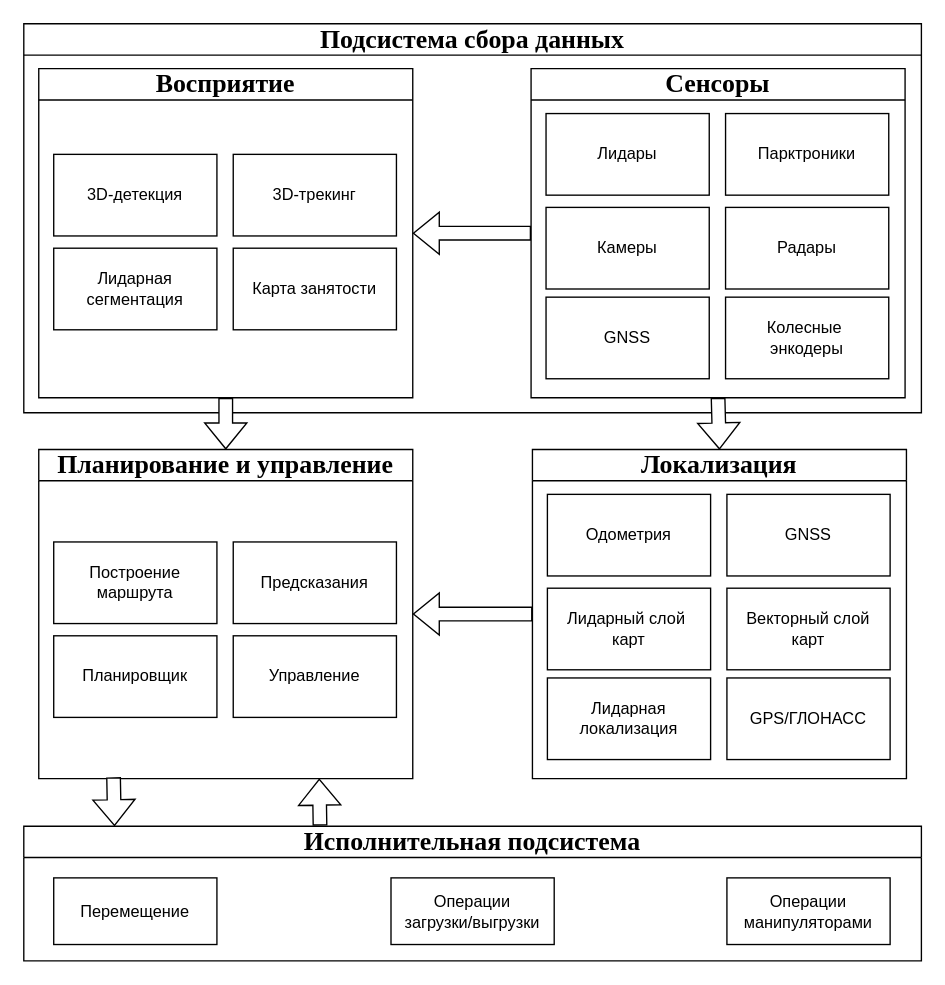
dreddsa5dies/phd keeps this draw.io diagram as Dissertation/images/drawio/arch_tech.drawio. Above is the earlier version. Source tidied: cells renumbered, new cells numbered last; positions are measured from the earlier drawing's top-left corner, leaving out a move shared by most shapes. Both pictures are drawn from the tidied source at 136%, with x=0, y=0 at pixel (23, 23).
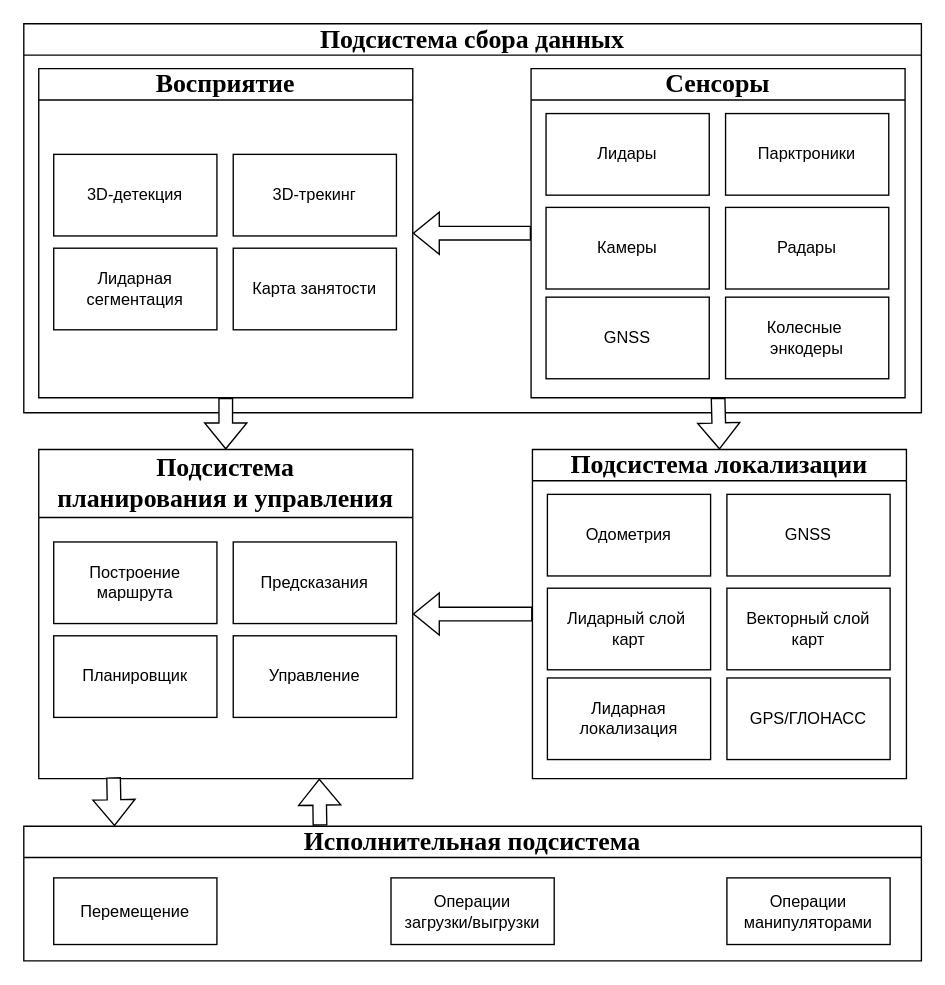
After the change.

The edit, as a diff of the source:
```diff
@@
-    <mxCell id="14" value="Локализация" style="swimlane;whiteSpace=wrap;html=1;fontFamily=Times New Roman;fontSize=19;" parent="1" vertex="1">
+    <mxCell id="14" value="Подсистема локализации" style="swimlane;whiteSpace=wrap;html=1;fontFamily=Times New Roman;fontSize=19;" parent="1" vertex="1">
       <mxGeometry x="374" y="313" width="275" height="242" as="geometry" />
     </mxCell>
@@
-    <mxCell id="21" value="Планирование и управление" style="swimlane;whiteSpace=wrap;html=1;fontFamily=Times New Roman;fontSize=19;" parent="1" vertex="1">
+    <mxCell id="21" value="Подсистема&lt;br&gt;планирования и управления" style="swimlane;whiteSpace=wrap;html=1;fontFamily=Times New Roman;fontSize=19;startSize=50;" parent="1" vertex="1">
       <mxGeometry x="11" y="313" width="275" height="242" as="geometry" />
     </mxCell>
```
